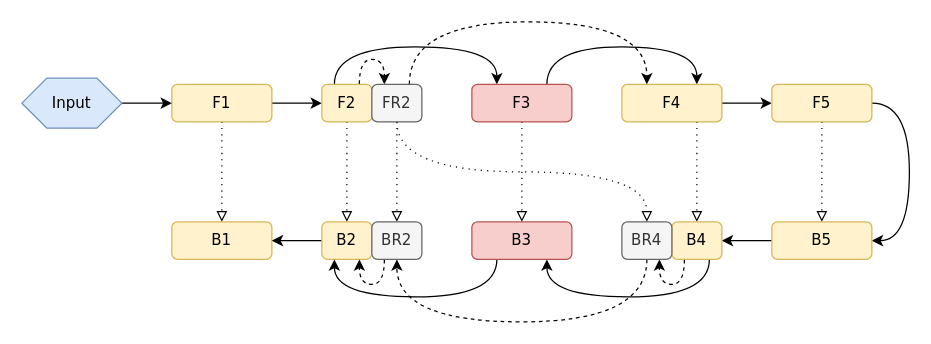
Before: rc.drawio in mulanfly/diagrams, a draw.io diagram. Source tidied: cells renumbered, new cells numbered last; positions are measured from the earlier drawing's top-left corner, leaving out a move shared by most shapes. Both pictures are drawn from the tidied source at 125%, with x=0, y=0 at pixel (21, 21).
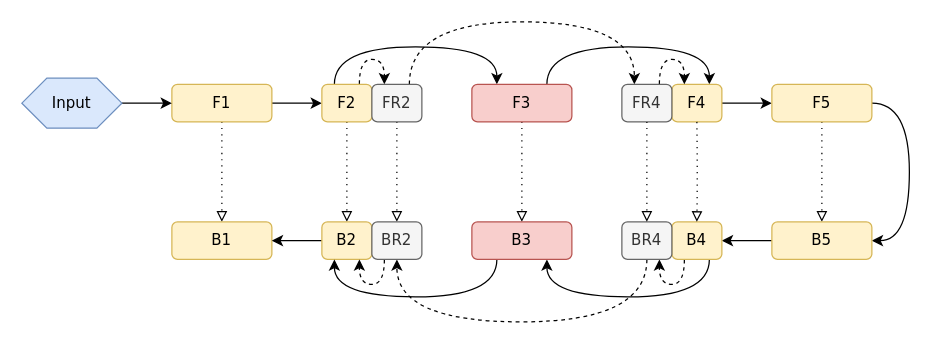
The same diagram, later.

Unchanged cells that the change refers to:
```xml
<mxCell id="13" value="F3" style="rounded=1;whiteSpace=wrap;html=1;shadow=0;sketch=0;glass=0;fillColor=#f8cecc;strokeColor=#b85450;fontFamily=Verdana;" parent="1" vertex="1">
  <mxGeometry x="360" y="50" width="80" height="30" as="geometry" />
</mxCell>
<mxCell id="23" value="FR2" style="rounded=1;whiteSpace=wrap;html=1;shadow=0;sketch=0;glass=0;fillColor=#f5f5f5;strokeColor=#666666;gradientDirection=east;fontColor=#333333;fontFamily=Verdana;" parent="1" vertex="1">
  <mxGeometry x="280" y="50" width="40" height="30" as="geometry" />
</mxCell>
<mxCell id="28" value="B4" style="rounded=1;whiteSpace=wrap;html=1;shadow=0;sketch=0;glass=0;fillColor=#fff2cc;strokeColor=#d6b656;fontFamily=Verdana;" parent="1" vertex="1">
  <mxGeometry x="520" y="160" width="40" height="30" as="geometry" />
</mxCell>
<mxCell id="30" value="BR4" style="rounded=1;whiteSpace=wrap;html=1;shadow=0;sketch=0;glass=0;fillColor=#f5f5f5;strokeColor=#666666;gradientDirection=east;fontColor=#333333;fontFamily=Verdana;" parent="1" vertex="1">
  <mxGeometry x="480" y="160" width="40" height="30" as="geometry" />
</mxCell>
```

Diff of the diagram source:
```diff
@@
-    <mxCell id="12" style="edgeStyle=orthogonalEdgeStyle;curved=1;rounded=0;jettySize=auto;html=1;exitX=0.75;exitY=0;exitDx=0;exitDy=0;entryX=0.75;entryY=0;entryDx=0;entryDy=0;endArrow=classic;endFill=1;" parent="1" edge="1" source="13" target="16">
+    <mxCell id="12" style="edgeStyle=orthogonalEdgeStyle;curved=1;rounded=0;jettySize=auto;html=1;exitX=0.75;exitY=0;exitDx=0;exitDy=0;entryX=0.75;entryY=0;entryDx=0;entryDy=0;" parent="1" edge="1" source="13" target="16">
       <mxGeometry relative="1" as="geometry">
         <Array as="points">
           <mxPoint x="420" y="20" />
-          <mxPoint x="540" y="20" />
+          <mxPoint x="550" y="20" />
         </Array>
       </mxGeometry>
     </mxCell>
@@
-    <mxCell id="15" style="edgeStyle=orthogonalEdgeStyle;curved=1;sketch=0;jettySize=auto;html=1;exitX=0.75;exitY=1;exitDx=0;exitDy=0;entryX=0.5;entryY=0;entryDx=0;entryDy=0;shadow=0;endArrow=block;endFill=0;strokeColor=#000000;strokeWidth=1;dashed=1;dashPattern=1 4;fontFamily=Verdana;" parent="1" edge="1" source="16" target="28">
-      <mxGeometry relative="1" as="geometry" />
-    </mxCell>
     <mxCell id="16" value="F4" style="rounded=1;whiteSpace=wrap;html=1;shadow=0;sketch=0;glass=0;fillColor=#fff2cc;strokeColor=#d6b656;fontFamily=Verdana;" parent="1" vertex="1">
-      <mxGeometry x="480" y="50" width="80" height="30" as="geometry" />
+      <mxGeometry x="520" y="50" width="40" height="30" as="geometry" />
     </mxCell>
@@
-    <mxCell id="21" style="edgeStyle=orthogonalEdgeStyle;curved=1;rounded=0;jettySize=auto;html=1;exitX=0.5;exitY=1;exitDx=0;exitDy=0;entryX=0.5;entryY=0;entryDx=0;entryDy=0;dashed=1;dashPattern=1 4;endArrow=block;endFill=0;" parent="1" edge="1" source="23" target="30">
-      <mxGeometry relative="1" as="geometry" />
-    </mxCell>
-    <mxCell id="22" style="edgeStyle=orthogonalEdgeStyle;curved=1;rounded=0;jettySize=auto;html=1;exitX=0.75;exitY=0;exitDx=0;exitDy=0;entryX=0.25;entryY=0;entryDx=0;entryDy=0;endArrow=classic;endFill=1;dashed=1;" parent="1" edge="1" source="23" target="16">
-      <mxGeometry relative="1" as="geometry">
-        <Array as="points">
-          <mxPoint x="310" />
-          <mxPoint x="500" />
-        </Array>
-      </mxGeometry>
-    </mxCell>
+    <mxCell id="38" style="edgeStyle=orthogonalEdgeStyle;rounded=0;jettySize=auto;html=1;exitX=0.75;exitY=0;exitDx=0;exitDy=0;entryX=0.25;entryY=0;entryDx=0;entryDy=0;dashed=1;curved=1;" parent="1" edge="1" source="23" target="40">
+      <mxGeometry relative="1" as="geometry">
+        <Array as="points">
+          <mxPoint x="310" />
+          <mxPoint x="490" />
+        </Array>
+      </mxGeometry>
+    </mxCell>
@@
+    <mxCell id="39" style="edgeStyle=orthogonalEdgeStyle;curved=1;rounded=0;jettySize=auto;html=1;exitX=0.75;exitY=0;exitDx=0;exitDy=0;entryX=0.25;entryY=0;entryDx=0;entryDy=0;dashed=1;" parent="1" edge="1" source="40" target="16">
+      <mxGeometry relative="1" as="geometry">
+        <Array as="points">
+          <mxPoint x="510" y="30" />
+          <mxPoint x="530" y="30" />
+        </Array>
+      </mxGeometry>
+    </mxCell>
+    <mxCell id="40" value="FR4" style="rounded=1;whiteSpace=wrap;html=1;shadow=0;sketch=0;glass=0;fillColor=#f5f5f5;strokeColor=#666666;gradientDirection=east;fontColor=#333333;fontFamily=Verdana;" parent="1" vertex="1">
+      <mxGeometry x="480" y="50" width="40" height="30" as="geometry" />
+    </mxCell>
+    <mxCell id="41" style="edgeStyle=orthogonalEdgeStyle;curved=1;sketch=0;jettySize=auto;html=1;entryX=0.5;entryY=0;entryDx=0;entryDy=0;shadow=0;endArrow=block;endFill=0;strokeColor=#000000;strokeWidth=1;dashed=1;dashPattern=1 4;fontFamily=Verdana;" parent="1" edge="1" target="28">
+      <mxGeometry relative="1" as="geometry">
+        <mxPoint x="540" y="80" as="sourcePoint" />
+      </mxGeometry>
+    </mxCell>
+    <mxCell id="42" style="edgeStyle=orthogonalEdgeStyle;curved=1;sketch=0;jettySize=auto;html=1;entryX=0.5;entryY=0;entryDx=0;entryDy=0;shadow=0;endArrow=block;endFill=0;strokeColor=#000000;strokeWidth=1;dashed=1;dashPattern=1 4;fontFamily=Verdana;exitX=0.5;exitY=1;exitDx=0;exitDy=0;" parent="1" edge="1" source="40" target="30">
+      <mxGeometry relative="1" as="geometry" />
+    </mxCell>
```
